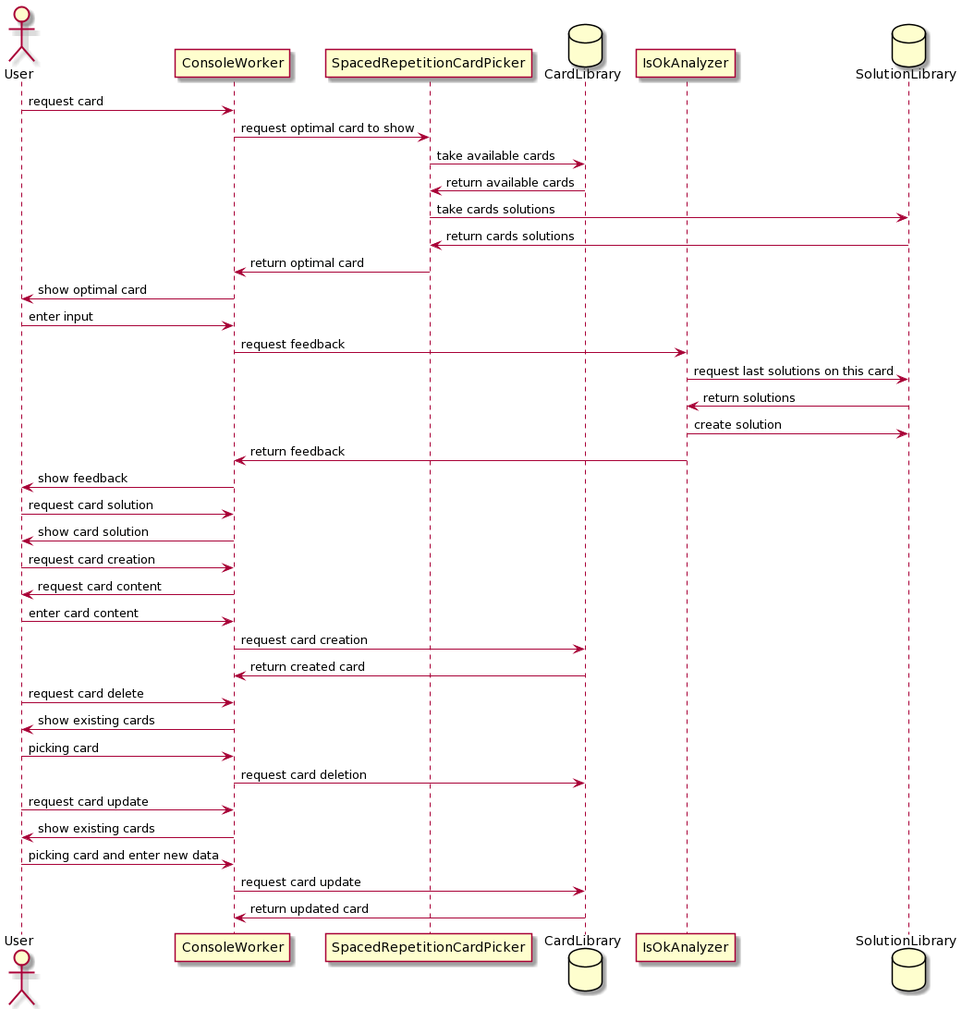
Before: dynamicUml.png, a diagram exported from PlantUML (ilya2204/flash-cards).
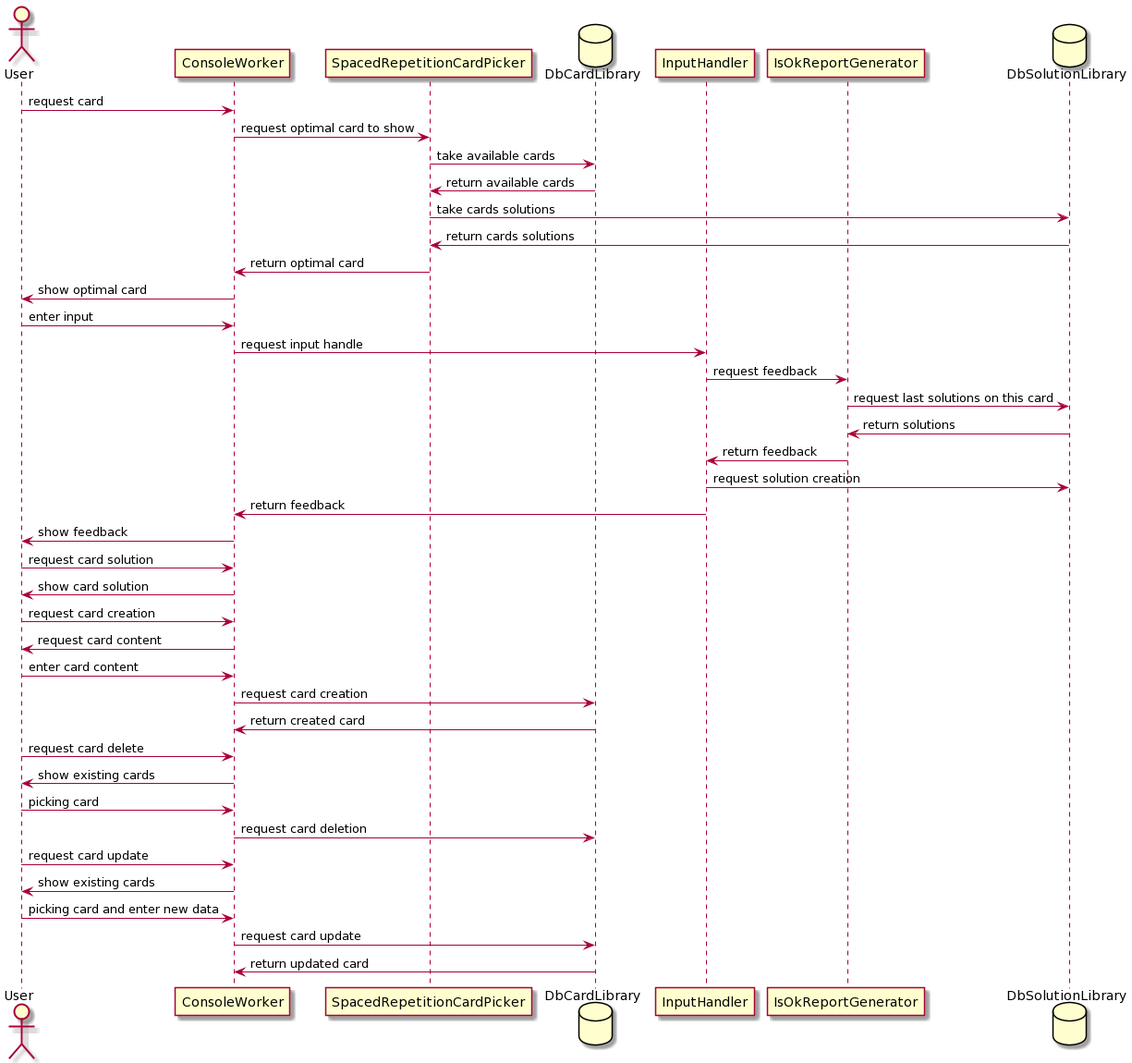
The same diagram one commit later.

Diff of the diagram source:
```diff
@@ -2,37 +2,41 @@
 Actor User
 User -> ConsoleWorker: request card
 ConsoleWorker -> SpacedRepetitionCardPicker : request optimal card to show
-Database CardLibrary
-SpacedRepetitionCardPicker -> CardLibrary: take available cards
-CardLibrary -> SpacedRepetitionCardPicker:  return available cards
-participant IsOkAnalyzer
-Database SolutionLibrary
-SpacedRepetitionCardPicker -> SolutionLibrary : take cards solutions
-SolutionLibrary -> SpacedRepetitionCardPicker : return cards solutions
+Database DbCardLibrary
+SpacedRepetitionCardPicker -> DbCardLibrary: take available cards
+DbCardLibrary -> SpacedRepetitionCardPicker:  return available cards
+participant InputHandler
+participant IsOkReportGenerator
+Database DbSolutionLibrary
+SpacedRepetitionCardPicker -> DbSolutionLibrary : take cards solutions
+DbSolutionLibrary -> SpacedRepetitionCardPicker : return cards solutions
 SpacedRepetitionCardPicker-> ConsoleWorker : return optimal card
 ConsoleWorker -> User : show optimal card
 User -> ConsoleWorker: enter input
-ConsoleWorker -> IsOkAnalyzer : request feedback
+ConsoleWorker -> InputHandler : request input handle
 
-IsOkAnalyzer -> SolutionLibrary : request last solutions on this card
-SolutionLibrary -> IsOkAnalyzer: return solutions
-IsOkAnalyzer -> SolutionLibrary : create solution
-IsOkAnalyzer -> ConsoleWorker: return feedback
+InputHandler -> IsOkReportGenerator: request feedback
+IsOkReportGenerator -> DbSolutionLibrary : request last solutions on this card
+DbSolutionLibrary -> IsOkReportGenerator: return solutions
+InputHandler <- IsOkReportGenerator : return feedback
+
+InputHandler -> DbSolutionLibrary : request solution creation
+InputHandler -> ConsoleWorker: return feedback
 ConsoleWorker -> User : show feedback
 User -> ConsoleWorker: request card solution
 ConsoleWorker -> User: show card solution
 User -> ConsoleWorker: request card creation
 ConsoleWorker -> User : request card content
 User -> ConsoleWorker: enter card content
-ConsoleWorker -> CardLibrary: request card creation
-CardLibrary -> ConsoleWorker : return created card
+ConsoleWorker -> DbCardLibrary: request card creation
+DbCardLibrary -> ConsoleWorker : return created card
 User -> ConsoleWorker: request card delete
 ConsoleWorker -> User: show existing cards
 User -> ConsoleWorker: picking card
-ConsoleWorker -> CardLibrary: request card deletion
+ConsoleWorker -> DbCardLibrary: request card deletion
 User -> ConsoleWorker: request card update
 ConsoleWorker -> User: show existing cards
 User -> ConsoleWorker: picking card and enter new data
-ConsoleWorker -> CardLibrary: request card update
-CardLibrary -> ConsoleWorker: return updated card
+ConsoleWorker -> DbCardLibrary: request card update
+DbCardLibrary -> ConsoleWorker: return updated card
 @enduml
```
